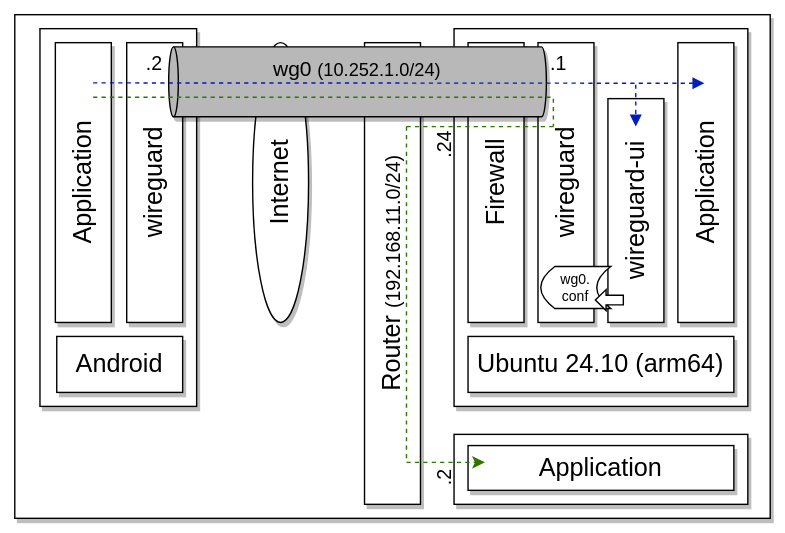
This is images/wireguard-rpi4b.drawio.svg from ktkr3d/ktkr3d.github.io, a draw.io export, as it was before one commit. Source tidied: cells renumbered, new cells last; positions are measured from the earlier drawing's top-left corner, leaving out a move shared by most shapes. Its diagram source:
```xml
<mxGraphModel>
  <root>
    <mxCell id="0" />
    <mxCell id="1" parent="0" />
    <mxCell id="2" style="rounded=0;whiteSpace=wrap;html=1;strokeColor=none;strokeWidth=1;fontSize=13;fillColor=none;" parent="1" vertex="1">
      <mxGeometry width="560" height="380" as="geometry" />
    </mxCell>
    <mxCell id="3" style="rounded=0;whiteSpace=wrap;html=1;fillColor=#FFFFFF;shadow=1;fontSize=18;strokeColor=default;strokeWidth=1;perimeterSpacing=0;" parent="1" vertex="1">
      <mxGeometry x="10" y="10" width="540" height="360" as="geometry" />
    </mxCell>
    <mxCell id="4" value="Internet" style="ellipse;whiteSpace=wrap;html=1;horizontal=0;strokeColor=#000000;fillColor=#FFFFFF;fontColor=#000000;shadow=1;fontSize=18;" parent="1" vertex="1">
      <mxGeometry x="180" y="30" width="40" height="200" as="geometry" />
    </mxCell>
    <mxCell id="5" style="rounded=0;whiteSpace=wrap;html=1;strokeColor=#000000;fillColor=#FFFFFF;fontColor=#000000;shadow=1;fontSize=18;" parent="1" vertex="1">
      <mxGeometry x="28" y="20" width="112" height="270" as="geometry" />
    </mxCell>
    <mxCell id="6" value="wireguard" style="rounded=0;whiteSpace=wrap;html=1;horizontal=0;strokeColor=#000000;fillColor=#FFFFFF;fontColor=#000000;shadow=1;fontSize=18;" parent="1" vertex="1">
      <mxGeometry x="90" y="30" width="40" height="200" as="geometry" />
    </mxCell>
    <mxCell id="7" value="Android" style="rounded=0;whiteSpace=wrap;html=1;fontColor=#000000;strokeColor=#000000;fillColor=#FFFFFF;shadow=1;fontSize=18;" parent="1" vertex="1">
      <mxGeometry x="40" y="240" width="90" height="40" as="geometry" />
    </mxCell>
    <mxCell id="8" value="Application" style="rounded=0;whiteSpace=wrap;html=1;horizontal=0;strokeColor=#000000;fillColor=#FFFFFF;fontColor=#000000;shadow=1;fontSize=18;" parent="1" vertex="1">
      <mxGeometry x="39" y="30" width="40" height="200" as="geometry" />
    </mxCell>
    <mxCell id="9" style="rounded=0;whiteSpace=wrap;html=1;strokeColor=#000000;fillColor=#FFFFFF;fontColor=#000000;shadow=1;fontSize=18;" parent="1" vertex="1">
      <mxGeometry x="324" y="20" width="210" height="270" as="geometry" />
    </mxCell>
    <mxCell id="10" value="Router &lt;font style=&quot;font-size: 14px;&quot;&gt;(192.168.11.0/24)&lt;/font&gt;" style="rounded=0;whiteSpace=wrap;html=1;horizontal=0;strokeColor=#000000;fillColor=#FFFFFF;fontColor=#000000;shadow=1;fontSize=18;" parent="1" vertex="1">
      <mxGeometry x="260" y="30" width="40" height="330" as="geometry" />
    </mxCell>
    <mxCell id="11" value="Ubuntu 24.10 (arm64)" style="rounded=0;whiteSpace=wrap;html=1;strokeColor=#000000;fillColor=#FFFFFF;fontColor=#000000;shadow=1;fontSize=18;" parent="1" vertex="1">
      <mxGeometry x="334" y="240" width="190" height="40" as="geometry" />
    </mxCell>
    <mxCell id="12" value="Firewall" style="rounded=0;whiteSpace=wrap;html=1;horizontal=0;strokeColor=#000000;fillColor=#FFFFFF;fontColor=#000000;shadow=1;fontSize=18;" parent="1" vertex="1">
      <mxGeometry x="334" y="30" width="40" height="200" as="geometry" />
    </mxCell>
    <mxCell id="13" value="wireguard" style="rounded=0;whiteSpace=wrap;html=1;horizontal=0;strokeColor=#000000;fillColor=#FFFFFF;fontColor=#000000;shadow=1;fontSize=18;" parent="1" vertex="1">
      <mxGeometry x="384" y="30" width="40" height="200" as="geometry" />
    </mxCell>
    <mxCell id="14" value="wireguard-ui" style="rounded=0;whiteSpace=wrap;html=1;horizontal=0;strokeColor=#000000;fillColor=#FFFFFF;fontColor=#000000;shadow=1;fontSize=18;" parent="1" vertex="1">
      <mxGeometry x="434" y="70" width="40" height="160" as="geometry" />
    </mxCell>
    <mxCell id="15" value="wg0 &lt;font style=&quot;font-size: 13px;&quot;&gt;(10.252.1.0/24)&lt;/font&gt;" style="shape=cylinder2;whiteSpace=wrap;html=1;boundedLbl=1;backgroundOutline=1;size=3.456849196861583;strokeColor=#000000;direction=north;fontColor=#000000;fillColor=#B8B8B8;shadow=1;fontSize=15;verticalAlign=top;" parent="1" vertex="1">
      <mxGeometry x="120" y="33" width="270" height="50" as="geometry" />
    </mxCell>
    <mxCell id="16" style="endArrow=none;html=1;dashed=1;fontSize=18;fontColor=#000000;fillColor=#60a917;strokeColor=#2D7600;entryX=0.4;entryY=0.195;entryDx=0;entryDy=0;entryPerimeter=0;" parent="1" edge="1">
      <mxGeometry relative="1" as="geometry">
        <mxPoint x="66" y="69" as="sourcePoint" />
        <mxPoint x="396" y="69" as="targetPoint" />
      </mxGeometry>
    </mxCell>
    <mxCell id="17" style="rounded=0;whiteSpace=wrap;html=1;strokeColor=#000000;fillColor=#FFFFFF;fontColor=#000000;shadow=1;fontSize=18;" parent="1" vertex="1">
      <mxGeometry x="324" y="310" width="210" height="50" as="geometry" />
    </mxCell>
    <mxCell id="18" value="Application" style="rounded=0;whiteSpace=wrap;html=1;fontColor=#000000;strokeColor=#000000;fillColor=#FFFFFF;shadow=1;fontSize=18;" parent="1" vertex="1">
      <mxGeometry x="334" y="318" width="190" height="32" as="geometry" />
    </mxCell>
    <mxCell id="19" style="endArrow=classic;html=1;dashed=1;fontSize=18;fontColor=#000000;fillColor=#60a917;strokeColor=#2D7600;" parent="1" edge="1">
      <mxGeometry relative="1" as="geometry">
        <mxPoint x="290" y="330" as="sourcePoint" />
        <mxPoint x="346" y="330" as="targetPoint" />
      </mxGeometry>
    </mxCell>
    <mxCell id="20" style="endArrow=none;html=1;dashed=1;fontSize=18;fontColor=#000000;fillColor=#60a917;strokeColor=#2D7600;endFill=0;" parent="1" edge="1">
      <mxGeometry relative="1" as="geometry">
        <mxPoint x="290" y="90" as="sourcePoint" />
        <mxPoint x="290" y="330" as="targetPoint" />
      </mxGeometry>
    </mxCell>
    <mxCell id="21" style="endArrow=none;html=1;dashed=1;fontSize=18;fontColor=#000000;fillColor=#60a917;strokeColor=#2D7600;endFill=0;" parent="1" edge="1">
      <mxGeometry relative="1" as="geometry">
        <mxPoint x="395" y="70" as="sourcePoint" />
        <mxPoint x="395" y="90" as="targetPoint" />
      </mxGeometry>
    </mxCell>
    <mxCell id="22" style="endArrow=none;html=1;dashed=1;fontSize=18;fontColor=#000000;fillColor=#60a917;strokeColor=#2D7600;" parent="1" edge="1">
      <mxGeometry relative="1" as="geometry">
        <mxPoint x="290" y="90" as="sourcePoint" />
        <mxPoint x="395" y="90" as="targetPoint" />
      </mxGeometry>
    </mxCell>
    <mxCell id="23" value="Application" style="rounded=0;whiteSpace=wrap;html=1;horizontal=0;strokeColor=#000000;fillColor=#FFFFFF;fontColor=#000000;shadow=1;fontSize=18;" parent="1" vertex="1">
      <mxGeometry x="484" y="30" width="40" height="200" as="geometry" />
    </mxCell>
    <mxCell id="24" style="endArrow=block;html=1;dashed=1;fontSize=18;fontColor=#000000;fillColor=#0050ef;strokeColor=#001DBC;endFill=1;" parent="1" edge="1">
      <mxGeometry relative="1" as="geometry">
        <mxPoint x="66" y="58.8" as="sourcePoint" />
        <mxPoint x="503" y="59" as="targetPoint" />
      </mxGeometry>
    </mxCell>
    <mxCell id="25" value=".24" style="rounded=0;whiteSpace=wrap;html=1;horizontal=0;strokeColor=none;fillColor=none;fontColor=#000000;shadow=1;fontSize=14;" parent="1" vertex="1">
      <mxGeometry x="297" y="77" width="40" height="53" as="geometry" />
    </mxCell>
    <mxCell id="26" value=".2" style="rounded=0;whiteSpace=wrap;html=1;horizontal=0;strokeColor=none;fillColor=none;fontColor=#000000;shadow=1;fontSize=14;" parent="1" vertex="1">
      <mxGeometry x="297" y="326" width="40" height="31" as="geometry" />
    </mxCell>
    <mxCell id="27" value=".1" style="rounded=0;whiteSpace=wrap;html=1;strokeColor=none;fillColor=none;fontColor=#000000;shadow=1;fontSize=14;" parent="1" vertex="1">
      <mxGeometry x="384" y="30" width="30" height="30" as="geometry" />
    </mxCell>
    <mxCell id="28" value=".2" style="rounded=0;whiteSpace=wrap;html=1;strokeColor=none;fillColor=none;fontColor=#000000;shadow=1;fontSize=14;" parent="1" vertex="1">
      <mxGeometry x="95" y="30" width="30" height="30" as="geometry" />
    </mxCell>
    <mxCell id="29" value="wg0.&lt;br style=&quot;font-size: 10px;&quot;&gt;conf" style="shape=dataStorage;whiteSpace=wrap;html=1;fixedSize=1;size=10;strokeColor=#000000;fillColor=#FFFFFF;fontColor=#000000;fontSize=10;" parent="1" vertex="1">
      <mxGeometry x="386" y="190" width="50" height="30" as="geometry" />
    </mxCell>
    <mxCell id="30" style="endArrow=block;html=1;dashed=1;fontSize=18;fontColor=#000000;fillColor=#0050ef;strokeColor=#001DBC;endFill=1;" parent="1" edge="1">
      <mxGeometry relative="1" as="geometry">
        <mxPoint x="453.9" y="60" as="sourcePoint" />
        <mxPoint x="453.9" y="90" as="targetPoint" />
      </mxGeometry>
    </mxCell>
    <mxCell id="31" style="shape=singleArrow;direction=west;whiteSpace=wrap;html=1;strokeColor=#000000;fontSize=10;fontColor=#000000;fillColor=#FFFFFF;arrowWidth=0.453793103448279;arrowSize=0.38333333333333713;" parent="1" vertex="1">
      <mxGeometry x="425" y="206.5" width="20" height="15" as="geometry" />
    </mxCell>
  </root>
</mxGraphModel>
```
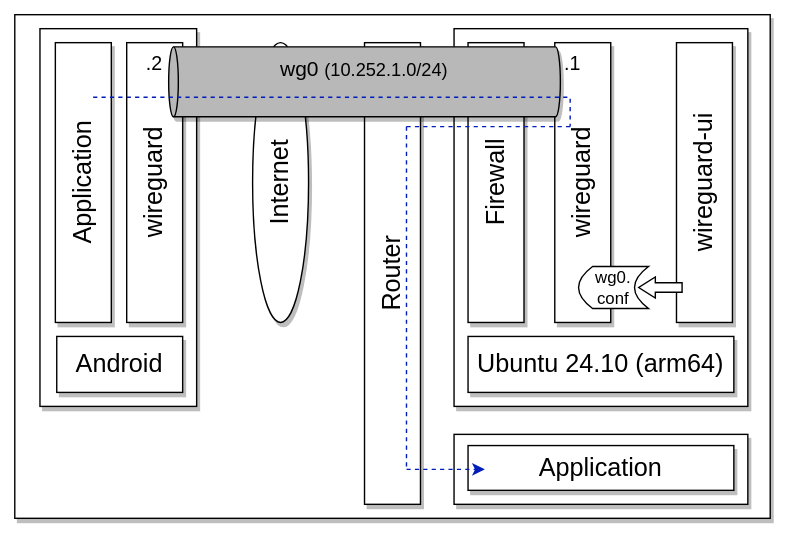
The same file after the commit.

Diff of the diagram source:
```diff
@@ -26,7 +26,7 @@
     <mxCell id="9" style="rounded=0;whiteSpace=wrap;html=1;strokeColor=#000000;fillColor=#FFFFFF;fontColor=#000000;shadow=1;fontSize=18;" parent="1" vertex="1">
       <mxGeometry x="324" y="20" width="210" height="270" as="geometry" />
     </mxCell>
-    <mxCell id="10" value="Router &lt;font style=&quot;font-size: 14px;&quot;&gt;(192.168.11.0/24)&lt;/font&gt;" style="rounded=0;whiteSpace=wrap;html=1;horizontal=0;strokeColor=#000000;fillColor=#FFFFFF;fontColor=#000000;shadow=1;fontSize=18;" parent="1" vertex="1">
+    <mxCell id="10" value="Router" style="rounded=0;whiteSpace=wrap;html=1;horizontal=0;strokeColor=#000000;fillColor=#FFFFFF;fontColor=#000000;shadow=1;fontSize=18;" parent="1" vertex="1">
       <mxGeometry x="260" y="30" width="40" height="330" as="geometry" />
     </mxCell>
     <mxCell id="11" value="Ubuntu 24.10 (arm64)" style="rounded=0;whiteSpace=wrap;html=1;strokeColor=#000000;fillColor=#FFFFFF;fontColor=#000000;shadow=1;fontSize=18;" parent="1" vertex="1">
@@ -36,18 +36,18 @@
       <mxGeometry x="334" y="30" width="40" height="200" as="geometry" />
     </mxCell>
     <mxCell id="13" value="wireguard" style="rounded=0;whiteSpace=wrap;html=1;horizontal=0;strokeColor=#000000;fillColor=#FFFFFF;fontColor=#000000;shadow=1;fontSize=18;" parent="1" vertex="1">
-      <mxGeometry x="384" y="30" width="40" height="200" as="geometry" />
+      <mxGeometry x="396" y="30" width="40" height="200" as="geometry" />
     </mxCell>
     <mxCell id="14" value="wireguard-ui" style="rounded=0;whiteSpace=wrap;html=1;horizontal=0;strokeColor=#000000;fillColor=#FFFFFF;fontColor=#000000;shadow=1;fontSize=18;" parent="1" vertex="1">
-      <mxGeometry x="434" y="70" width="40" height="160" as="geometry" />
+      <mxGeometry x="483" y="30" width="40" height="200" as="geometry" />
     </mxCell>
     <mxCell id="15" value="wg0 &lt;font style=&quot;font-size: 13px;&quot;&gt;(10.252.1.0/24)&lt;/font&gt;" style="shape=cylinder2;whiteSpace=wrap;html=1;boundedLbl=1;backgroundOutline=1;size=3.456849196861583;strokeColor=#000000;direction=north;fontColor=#000000;fillColor=#B8B8B8;shadow=1;fontSize=15;verticalAlign=top;" parent="1" vertex="1">
-      <mxGeometry x="120" y="33" width="270" height="50" as="geometry" />
+      <mxGeometry x="120" y="33" width="280" height="50" as="geometry" />
     </mxCell>
-    <mxCell id="16" style="endArrow=none;html=1;dashed=1;fontSize=18;fontColor=#000000;fillColor=#60a917;strokeColor=#2D7600;entryX=0.4;entryY=0.195;entryDx=0;entryDy=0;entryPerimeter=0;" parent="1" edge="1">
+    <mxCell id="16" style="endArrow=none;html=1;dashed=1;fontSize=18;fontColor=#000000;fillColor=#0050ef;strokeColor=#001DBC;entryX=0.4;entryY=0.195;entryDx=0;entryDy=0;entryPerimeter=0;" parent="1" edge="1">
       <mxGeometry relative="1" as="geometry">
         <mxPoint x="66" y="69" as="sourcePoint" />
-        <mxPoint x="396" y="69" as="targetPoint" />
+        <mxPoint x="407" y="69" as="targetPoint" />
       </mxGeometry>
     </mxCell>
     <mxCell id="17" style="rounded=0;whiteSpace=wrap;html=1;strokeColor=#000000;fillColor=#FFFFFF;fontColor=#000000;shadow=1;fontSize=18;" parent="1" vertex="1">
@@ -56,62 +56,41 @@
     <mxCell id="18" value="Application" style="rounded=0;whiteSpace=wrap;html=1;fontColor=#000000;strokeColor=#000000;fillColor=#FFFFFF;shadow=1;fontSize=18;" parent="1" vertex="1">
       <mxGeometry x="334" y="318" width="190" height="32" as="geometry" />
     </mxCell>
-    <mxCell id="19" style="endArrow=classic;html=1;dashed=1;fontSize=18;fontColor=#000000;fillColor=#60a917;strokeColor=#2D7600;" parent="1" edge="1">
+    <mxCell id="19" style="endArrow=classic;html=1;dashed=1;fontSize=18;fontColor=#000000;fillColor=#0050ef;strokeColor=#001DBC;" parent="1" edge="1">
       <mxGeometry relative="1" as="geometry">
-        <mxPoint x="290" y="330" as="sourcePoint" />
-        <mxPoint x="346" y="330" as="targetPoint" />
+        <mxPoint x="290" y="335" as="sourcePoint" />
+        <mxPoint x="346" y="335" as="targetPoint" />
       </mxGeometry>
     </mxCell>
-    <mxCell id="20" style="endArrow=none;html=1;dashed=1;fontSize=18;fontColor=#000000;fillColor=#60a917;strokeColor=#2D7600;endFill=0;" parent="1" edge="1">
+    <mxCell id="20" style="endArrow=none;html=1;dashed=1;fontSize=18;fontColor=#000000;fillColor=#0050ef;strokeColor=#001DBC;endFill=0;" parent="1" edge="1">
       <mxGeometry relative="1" as="geometry">
         <mxPoint x="290" y="90" as="sourcePoint" />
-        <mxPoint x="290" y="330" as="targetPoint" />
+        <mxPoint x="290" y="335" as="targetPoint" />
       </mxGeometry>
     </mxCell>
-    <mxCell id="21" style="endArrow=none;html=1;dashed=1;fontSize=18;fontColor=#000000;fillColor=#60a917;strokeColor=#2D7600;endFill=0;" parent="1" edge="1">
+    <mxCell id="21" style="endArrow=none;html=1;dashed=1;fontSize=18;fontColor=#000000;fillColor=#0050ef;strokeColor=#001DBC;endFill=0;" parent="1" edge="1">
       <mxGeometry relative="1" as="geometry">
-        <mxPoint x="395" y="70" as="sourcePoint" />
-        <mxPoint x="395" y="90" as="targetPoint" />
+        <mxPoint x="407" y="70" as="sourcePoint" />
+        <mxPoint x="407" y="90" as="targetPoint" />
       </mxGeometry>
     </mxCell>
-    <mxCell id="22" style="endArrow=none;html=1;dashed=1;fontSize=18;fontColor=#000000;fillColor=#60a917;strokeColor=#2D7600;" parent="1" edge="1">
+    <mxCell id="22" style="endArrow=none;html=1;dashed=1;fontSize=18;fontColor=#000000;fillColor=#0050ef;strokeColor=#001DBC;" parent="1" edge="1">
       <mxGeometry relative="1" as="geometry">
         <mxPoint x="290" y="90" as="sourcePoint" />
-        <mxPoint x="395" y="90" as="targetPoint" />
+        <mxPoint x="407" y="90" as="targetPoint" />
       </mxGeometry>
     </mxCell>
-    <mxCell id="23" value="Application" style="rounded=0;whiteSpace=wrap;html=1;horizontal=0;strokeColor=#000000;fillColor=#FFFFFF;fontColor=#000000;shadow=1;fontSize=18;" parent="1" vertex="1">
-      <mxGeometry x="484" y="30" width="40" height="200" as="geometry" />
-    </mxCell>
-    <mxCell id="24" style="endArrow=block;html=1;dashed=1;fontSize=18;fontColor=#000000;fillColor=#0050ef;strokeColor=#001DBC;endFill=1;" parent="1" edge="1">
-      <mxGeometry relative="1" as="geometry">
-        <mxPoint x="66" y="58.8" as="sourcePoint" />
-        <mxPoint x="503" y="59" as="targetPoint" />
-      </mxGeometry>
-    </mxCell>
-    <mxCell id="25" value=".24" style="rounded=0;whiteSpace=wrap;html=1;horizontal=0;strokeColor=none;fillColor=none;fontColor=#000000;shadow=1;fontSize=14;" parent="1" vertex="1">
-      <mxGeometry x="297" y="77" width="40" height="53" as="geometry" />
-    </mxCell>
-    <mxCell id="26" value=".2" style="rounded=0;whiteSpace=wrap;html=1;horizontal=0;strokeColor=none;fillColor=none;fontColor=#000000;shadow=1;fontSize=14;" parent="1" vertex="1">
-      <mxGeometry x="297" y="326" width="40" height="31" as="geometry" />
-    </mxCell>
     <mxCell id="27" value=".1" style="rounded=0;whiteSpace=wrap;html=1;strokeColor=none;fillColor=none;fontColor=#000000;shadow=1;fontSize=14;" parent="1" vertex="1">
-      <mxGeometry x="384" y="30" width="30" height="30" as="geometry" />
+      <mxGeometry x="394" y="30" width="30" height="30" as="geometry" />
     </mxCell>
     <mxCell id="28" value=".2" style="rounded=0;whiteSpace=wrap;html=1;strokeColor=none;fillColor=none;fontColor=#000000;shadow=1;fontSize=14;" parent="1" vertex="1">
       <mxGeometry x="95" y="30" width="30" height="30" as="geometry" />
     </mxCell>
-    <mxCell id="29" value="wg0.&lt;br style=&quot;font-size: 10px;&quot;&gt;conf" style="shape=dataStorage;whiteSpace=wrap;html=1;fixedSize=1;size=10;strokeColor=#000000;fillColor=#FFFFFF;fontColor=#000000;fontSize=10;" parent="1" vertex="1">
-      <mxGeometry x="386" y="190" width="50" height="30" as="geometry" />
+    <mxCell id="29" value="wg0.&lt;br style=&quot;font-size: 12px;&quot;&gt;conf" style="shape=dataStorage;whiteSpace=wrap;html=1;fixedSize=1;size=10;strokeColor=#000000;fillColor=#FFFFFF;fontColor=#000000;fontSize=12;" parent="1" vertex="1">
+      <mxGeometry x="413" y="190" width="50" height="30" as="geometry" />
     </mxCell>
-    <mxCell id="30" style="endArrow=block;html=1;dashed=1;fontSize=18;fontColor=#000000;fillColor=#0050ef;strokeColor=#001DBC;endFill=1;" parent="1" edge="1">
-      <mxGeometry relative="1" as="geometry">
-        <mxPoint x="453.9" y="60" as="sourcePoint" />
-        <mxPoint x="453.9" y="90" as="targetPoint" />
-      </mxGeometry>
-    </mxCell>
     <mxCell id="31" style="shape=singleArrow;direction=west;whiteSpace=wrap;html=1;strokeColor=#000000;fontSize=10;fontColor=#000000;fillColor=#FFFFFF;arrowWidth=0.453793103448279;arrowSize=0.38333333333333713;" parent="1" vertex="1">
-      <mxGeometry x="425" y="206.5" width="20" height="15" as="geometry" />
+      <mxGeometry x="456" y="197.5" width="31" height="15" as="geometry" />
     </mxCell>
   </root>
 </mxGraphModel>
```
